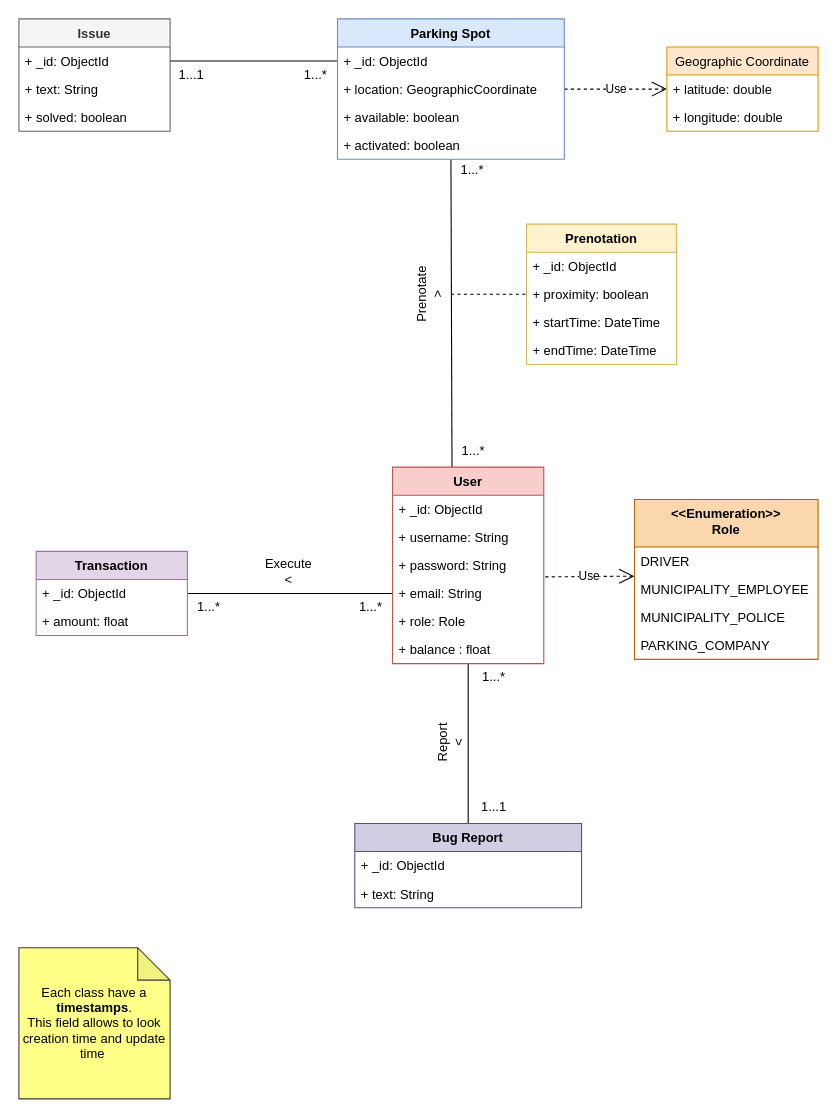
Above: docs/UML/Total - Class diagram.drawio in ByPassaRe/Pick-a-Park (draw.io), before the change. Source tidied: cells renumbered, new cells numbered last; positions are measured from the earlier drawing's top-left corner, leaving out a move shared by most shapes. Both pictures are drawn from the tidied source at 108%, with x=0, y=0 at pixel (18, 18).
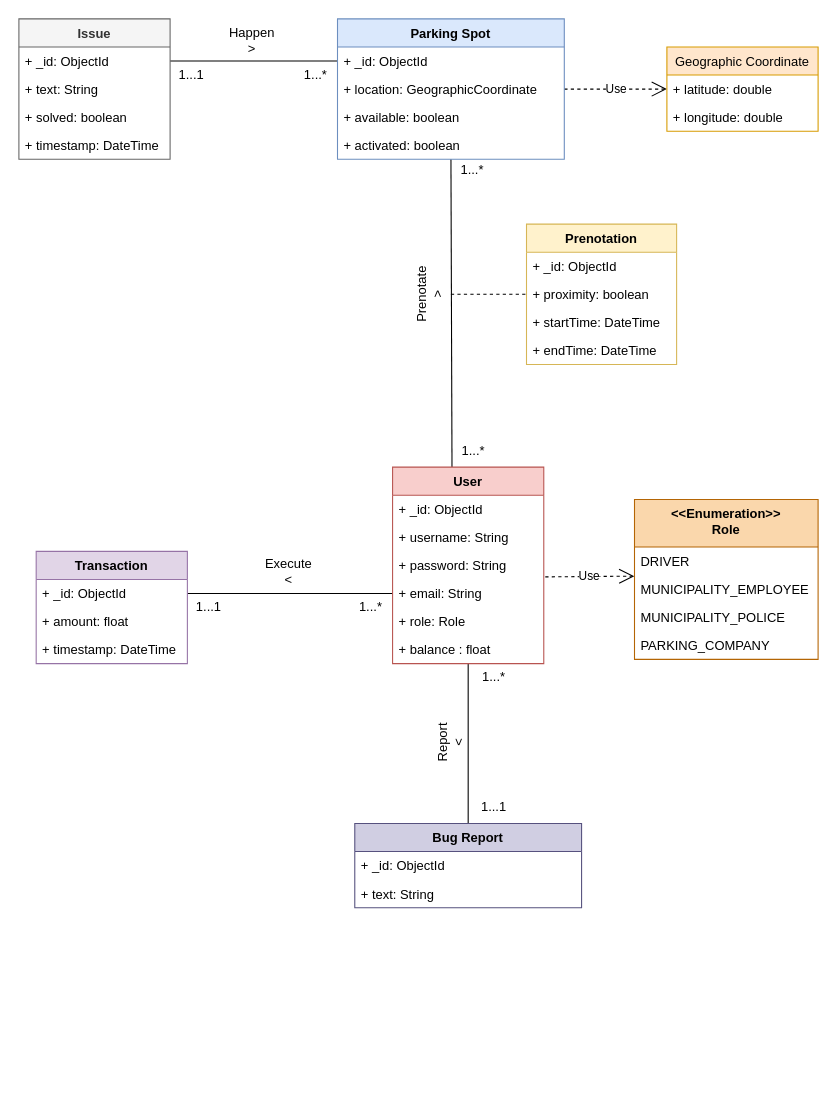
The same diagram, later.

Change to the diagram source:
```diff
@@
     <mxCell id="17" value="Issue" style="swimlane;fontStyle=1;align=center;verticalAlign=top;horizontal=1;startSize=26;fillColor=#f5f5f5;strokeColor=#666666;fontColor=#333333;" parent="1" vertex="1">
-      <mxGeometry width="140" height="104" as="geometry" />
+      <mxGeometry width="140" height="130" as="geometry" />
     </mxCell>
@@
+    <mxCell id="56" value="+ timestamp: DateTime" style="text;strokeColor=none;fillColor=none;align=left;verticalAlign=top;spacingLeft=4;spacingRight=4;overflow=hidden;" parent="17" vertex="1">
+      <mxGeometry y="104" width="140" height="26" as="geometry" />
+    </mxCell>
@@
     <mxCell id="48" value="Transaction" style="swimlane;fontStyle=1;align=center;verticalAlign=top;horizontal=1;startSize=26;fillColor=#e1d5e7;strokeColor=#9673a6;" parent="1" vertex="1">
-      <mxGeometry x="16" y="493" width="140" height="78" as="geometry" />
+      <mxGeometry x="16" y="493" width="140" height="104" as="geometry" />
     </mxCell>
@@
+    <mxCell id="57" value="+ timestamp: DateTime" style="text;strokeColor=none;fillColor=none;align=left;verticalAlign=top;spacingLeft=4;spacingRight=4;overflow=hidden;" parent="48" vertex="1">
+      <mxGeometry y="78" width="140" height="26" as="geometry" />
+    </mxCell>
-    <mxCell id="51" value="1...*" style="text;html=1;strokeColor=none;fillColor=none;align=center;verticalAlign=middle;whiteSpace=wrap;rounded=0;" parent="1" vertex="1">
+    <mxCell id="51" value="1...1" style="text;html=1;strokeColor=none;fillColor=none;align=center;verticalAlign=middle;whiteSpace=wrap;rounded=0;" parent="1" vertex="1">
       <mxGeometry x="156" y="535" width="40" height="20" as="geometry" />
     </mxCell>
@@
-    <mxCell id="53" value="Each class have a &lt;b&gt;timestamps&lt;/b&gt;.&lt;br&gt;This field allows to look creation time and update time&amp;nbsp;" style="shape=note;whiteSpace=wrap;html=1;backgroundOutline=1;darkOpacity=0.05;fontSize=12;fillColor=#ffff88;strokeColor=#36393d;" parent="1" vertex="1">
-      <mxGeometry y="860" width="140" height="140" as="geometry" />
-    </mxCell>
@@
+    <mxCell id="58" value="Happen&lt;br&gt;&amp;gt;" style="text;html=1;strokeColor=none;fillColor=none;align=center;verticalAlign=middle;whiteSpace=wrap;rounded=0;fontSize=12;" parent="1" vertex="1">
+      <mxGeometry x="196" y="10" width="40" height="20" as="geometry" />
+    </mxCell>
```
